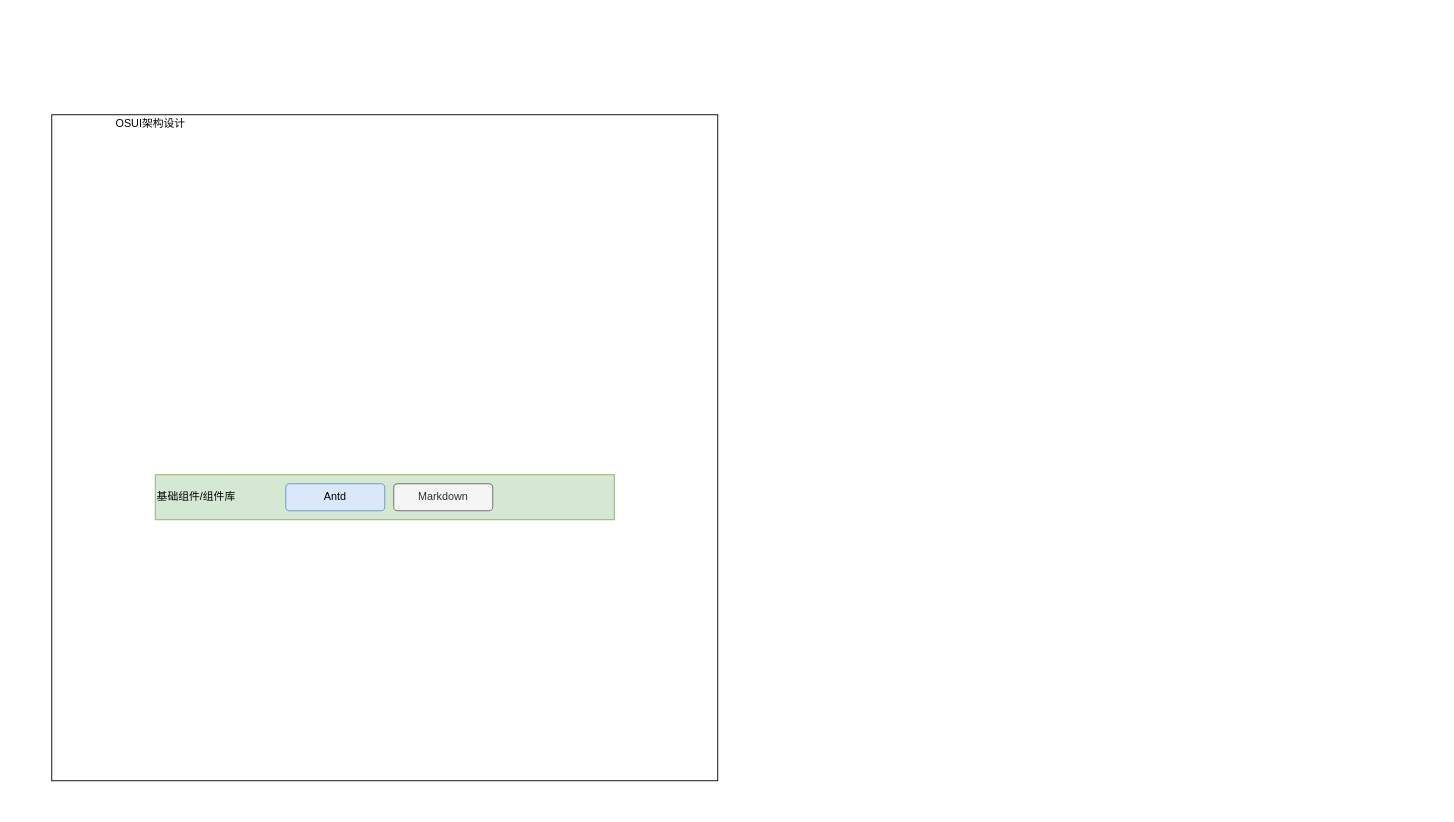
Above: ui.drawio in yuxuan/playground (draw.io), before the change. Source tidied: cells renumbered, new cells numbered last; positions are measured from the earlier drawing's top-left corner, leaving out a move shared by most shapes. Both pictures are drawn from the tidied source at 90%, with x=0, y=0 at pixel (51, 114).
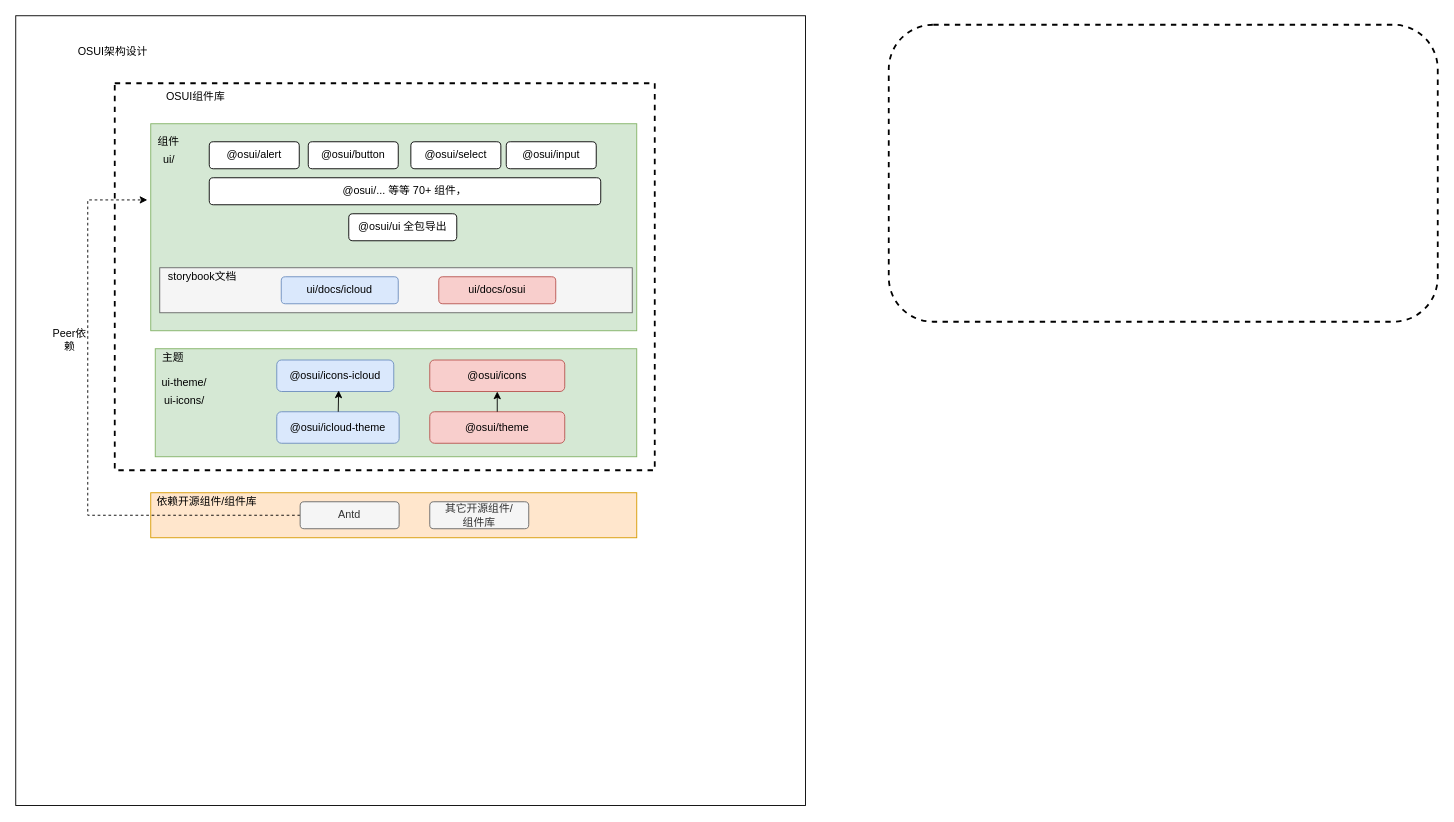
The same diagram, later.

What changed in the source:
```diff
@@
     <mxCell id="2" style="whiteSpace=wrap;html=1;" parent="1" vertex="1">
-      <mxGeometry width="740" height="740" as="geometry" />
+      <mxGeometry x="-40" y="-110" width="877.5" height="877.5" as="geometry" />
     </mxCell>
-    <mxCell id="3" value="基础组件/组件库" style="rounded=0;whiteSpace=wrap;html=1;align=left;fillColor=#d5e8d4;strokeColor=#82b366;" parent="1" vertex="1">
-      <mxGeometry x="115" y="400" width="510" height="50" as="geometry" />
+    <mxCell id="3" style="rounded=0;whiteSpace=wrap;html=1;align=left;fillColor=#ffe6cc;strokeColor=#d79b00;" parent="1" vertex="1">
+      <mxGeometry x="110" y="420" width="540" height="50" as="geometry" />
     </mxCell>
+    <mxCell id="7" style="edgeStyle=elbowEdgeStyle;rounded=0;jettySize=auto;html=1;dashed=1;entryX=-0.007;entryY=0.368;entryDx=0;entryDy=0;entryPerimeter=0;" parent="1" edge="1" source="4" target="18">
+      <mxGeometry relative="1" as="geometry">
+        <Array as="points">
+          <mxPoint x="40" y="270" />
+        </Array>
+      </mxGeometry>
+    </mxCell>
-    <mxCell id="4" value="Antd" style="rounded=1;whiteSpace=wrap;html=1;fillColor=#dae8fc;strokeColor=#6c8ebf;" parent="1" vertex="1">
-      <mxGeometry x="260" y="410" width="110" height="30" as="geometry" />
+    <mxCell id="4" value="Antd" style="rounded=1;whiteSpace=wrap;html=1;fillColor=#f5f5f5;strokeColor=#666666;fontColor=#333333;" parent="1" vertex="1">
+      <mxGeometry x="276" y="430" width="110" height="30" as="geometry" />
     </mxCell>
-    <mxCell id="5" value="Markdown" style="rounded=1;whiteSpace=wrap;html=1;fillColor=#f5f5f5;strokeColor=#666666;fontColor=#333333;" parent="1" vertex="1">
-      <mxGeometry x="380" y="410" width="110" height="30" as="geometry" />
-    </mxCell>
     <mxCell id="6" value="OSUI架构设计" style="text;html=1;strokeColor=none;fillColor=none;align=center;verticalAlign=middle;whiteSpace=wrap;rounded=0;" parent="1" vertex="1">
-      <mxGeometry x="50" width="120" height="20" as="geometry" />
+      <mxGeometry x="7.5" y="-80" width="120" height="20" as="geometry" />
     </mxCell>
+    <mxCell id="8" value="其它开源组件/&lt;br&gt;组件库" style="rounded=1;whiteSpace=wrap;html=1;fillColor=#f5f5f5;strokeColor=#666666;fontColor=#333333;" parent="1" vertex="1">
+      <mxGeometry x="420" y="430" width="110" height="30" as="geometry" />
+    </mxCell>
+    <mxCell id="9" style="rounded=0;whiteSpace=wrap;html=1;align=left;fillColor=#d5e8d4;strokeColor=#82b366;" parent="1" vertex="1">
+      <mxGeometry x="115" y="260" width="535" height="120" as="geometry" />
+    </mxCell>
+    <mxCell id="10" value="@osui/icloud-theme" style="rounded=1;whiteSpace=wrap;html=1;fillColor=#dae8fc;strokeColor=#6c8ebf;" parent="1" vertex="1">
+      <mxGeometry x="250" y="330" width="136" height="35" as="geometry" />
+    </mxCell>
+    <mxCell id="11" value="@osui/theme" style="rounded=1;whiteSpace=wrap;html=1;fillColor=#f8cecc;strokeColor=#b85450;" parent="1" vertex="1">
+      <mxGeometry x="420" y="330" width="150" height="35" as="geometry" />
+    </mxCell>
+    <mxCell id="12" value="主题" style="text;html=1;strokeColor=none;fillColor=none;align=center;verticalAlign=middle;whiteSpace=wrap;rounded=0;" parent="1" vertex="1">
+      <mxGeometry x="115" y="260" width="40" height="20" as="geometry" />
+    </mxCell>
+    <mxCell id="13" value="依赖开源组件/组件库" style="text;html=1;strokeColor=none;fillColor=none;align=center;verticalAlign=middle;whiteSpace=wrap;rounded=0;" parent="1" vertex="1">
+      <mxGeometry x="115" y="420" width="115" height="20" as="geometry" />
+    </mxCell>
+    <mxCell id="14" value="@osui/icons-icloud" style="rounded=1;whiteSpace=wrap;html=1;fillColor=#dae8fc;strokeColor=#6c8ebf;" parent="1" vertex="1">
+      <mxGeometry x="250" y="272.5" width="130" height="35" as="geometry" />
+    </mxCell>
+    <mxCell id="15" value="@osui/icons" style="rounded=1;whiteSpace=wrap;html=1;fillColor=#f8cecc;strokeColor=#b85450;" parent="1" vertex="1">
+      <mxGeometry x="420" y="272.5" width="150" height="35" as="geometry" />
+    </mxCell>
+    <mxCell id="16" style="endArrow=classic;html=1;entryX=0.529;entryY=0.967;entryDx=0;entryDy=0;entryPerimeter=0;" parent="1" edge="1" source="10" target="14">
+      <mxGeometry relative="1" as="geometry" />
+    </mxCell>
+    <mxCell id="17" style="endArrow=classic;html=1;entryX=0.5;entryY=1;entryDx=0;entryDy=0;exitX=0.5;exitY=0;exitDx=0;exitDy=0;" parent="1" edge="1" source="11" target="15">
+      <mxGeometry relative="1" as="geometry" />
+    </mxCell>
+    <mxCell id="18" style="rounded=0;whiteSpace=wrap;html=1;align=left;fillColor=#d5e8d4;strokeColor=#82b366;" parent="1" vertex="1">
+      <mxGeometry x="110" y="10" width="540" height="230" as="geometry" />
+    </mxCell>
+    <mxCell id="19" value="组件" style="text;html=1;strokeColor=none;fillColor=none;align=center;verticalAlign=middle;whiteSpace=wrap;rounded=0;" parent="1" vertex="1">
+      <mxGeometry x="110" y="20" width="40" height="20" as="geometry" />
+    </mxCell>
+    <mxCell id="20" value="@osui/alert" style="rounded=1;whiteSpace=wrap;html=1;" parent="1" vertex="1">
+      <mxGeometry x="175" y="30" width="100" height="30" as="geometry" />
+    </mxCell>
+    <mxCell id="21" value="@osui/button" style="rounded=1;whiteSpace=wrap;html=1;" parent="1" vertex="1">
+      <mxGeometry x="285" y="30" width="100" height="30" as="geometry" />
+    </mxCell>
+    <mxCell id="22" value="@osui/select" style="rounded=1;whiteSpace=wrap;html=1;" parent="1" vertex="1">
+      <mxGeometry x="399" y="30" width="100" height="30" as="geometry" />
+    </mxCell>
+    <mxCell id="23" value="@osui/input" style="rounded=1;whiteSpace=wrap;html=1;" parent="1" vertex="1">
+      <mxGeometry x="505" y="30" width="100" height="30" as="geometry" />
+    </mxCell>
+    <mxCell id="24" value="@osui/... 等等 70+ 组件，" style="rounded=1;whiteSpace=wrap;html=1;" parent="1" vertex="1">
+      <mxGeometry x="175" y="70" width="435" height="30" as="geometry" />
+    </mxCell>
+    <mxCell id="25" style="shape=ext;rounded=1;html=1;whiteSpace=wrap;dashed=1;fillColor=none;strokeWidth=2;" parent="1" vertex="1">
+      <mxGeometry x="930" y="-100" width="610" height="330" as="geometry" />
+    </mxCell>
+    <mxCell id="26" value="@osui/ui 全包导出" style="rounded=1;whiteSpace=wrap;html=1;" parent="1" vertex="1">
+      <mxGeometry x="330" y="110" width="120" height="30" as="geometry" />
+    </mxCell>
+    <mxCell id="27" style="rounded=0;whiteSpace=wrap;html=1;align=left;fillColor=#f5f5f5;strokeColor=#666666;fontColor=#333333;" parent="1" vertex="1">
+      <mxGeometry x="120" y="170" width="525" height="50" as="geometry" />
+    </mxCell>
+    <mxCell id="28" value="storybook文档" style="text;html=1;strokeColor=none;fillColor=none;align=center;verticalAlign=middle;whiteSpace=wrap;rounded=0;" parent="1" vertex="1">
+      <mxGeometry x="120" y="170" width="95" height="20" as="geometry" />
+    </mxCell>
+    <mxCell id="29" value="ui/docs/icloud" style="rounded=1;whiteSpace=wrap;html=1;fillColor=#dae8fc;strokeColor=#6c8ebf;" parent="1" vertex="1">
+      <mxGeometry x="255" y="180" width="130" height="30" as="geometry" />
+    </mxCell>
+    <mxCell id="30" value="ui/docs/osui" style="rounded=1;whiteSpace=wrap;html=1;fillColor=#f8cecc;strokeColor=#b85450;" parent="1" vertex="1">
+      <mxGeometry x="430" y="180" width="130" height="30" as="geometry" />
+    </mxCell>
+    <mxCell id="31" value="ui-theme/" style="text;html=1;strokeColor=none;fillColor=none;align=center;verticalAlign=middle;whiteSpace=wrap;rounded=0;" parent="1" vertex="1">
+      <mxGeometry x="115" y="287.5" width="65" height="20" as="geometry" />
+    </mxCell>
+    <mxCell id="32" value="ui-icons/" style="text;html=1;strokeColor=none;fillColor=none;align=center;verticalAlign=middle;whiteSpace=wrap;rounded=0;" parent="1" vertex="1">
+      <mxGeometry x="115" y="307.5" width="65" height="20" as="geometry" />
+    </mxCell>
+    <mxCell id="33" value="ui/" style="text;html=1;strokeColor=none;fillColor=none;align=center;verticalAlign=middle;whiteSpace=wrap;rounded=0;" parent="1" vertex="1">
+      <mxGeometry x="97.5" y="40" width="65" height="20" as="geometry" />
+    </mxCell>
+    <mxCell id="34" value="OSUI组件库" style="text;html=1;strokeColor=none;fillColor=none;align=center;verticalAlign=middle;whiteSpace=wrap;rounded=0;" parent="1" vertex="1">
+      <mxGeometry x="110" y="-30" width="100" height="20" as="geometry" />
+    </mxCell>
+    <mxCell id="35" value="Peer依赖" style="text;html=1;strokeColor=none;fillColor=none;align=center;verticalAlign=middle;whiteSpace=wrap;rounded=0;dashed=1;" parent="1" vertex="1">
+      <mxGeometry y="240" width="40" height="20" as="geometry" />
+    </mxCell>
+    <mxCell id="36" style="rounded=0;whiteSpace=wrap;html=1;dashed=1;strokeWidth=2;fillColor=none;" parent="1" vertex="1">
+      <mxGeometry x="70" y="-35" width="600" height="430" as="geometry" />
+    </mxCell>
```
